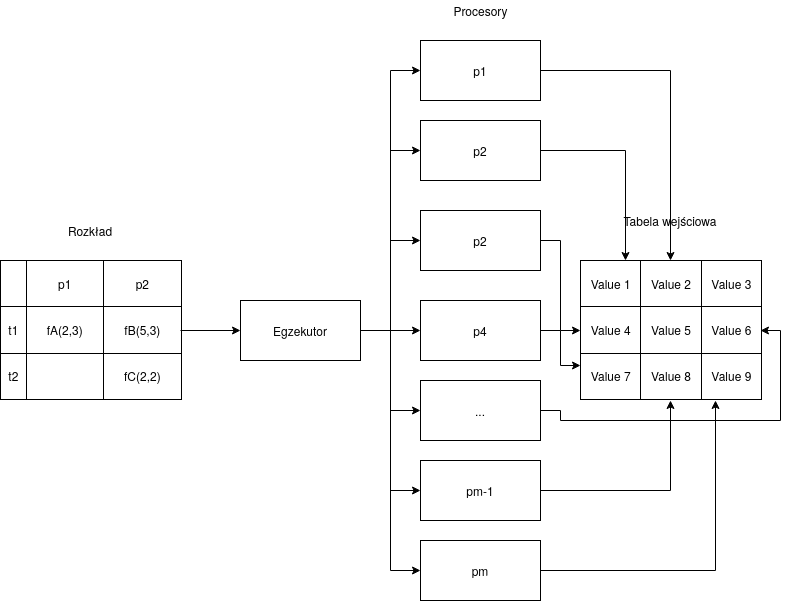
Above: fig/executor.png in ksazon/mgr (draw.io), before the change. Source tidied: cells renumbered, new cells last; positions are measured from the earlier drawing's top-left corner, leaving out a move shared by most shapes.
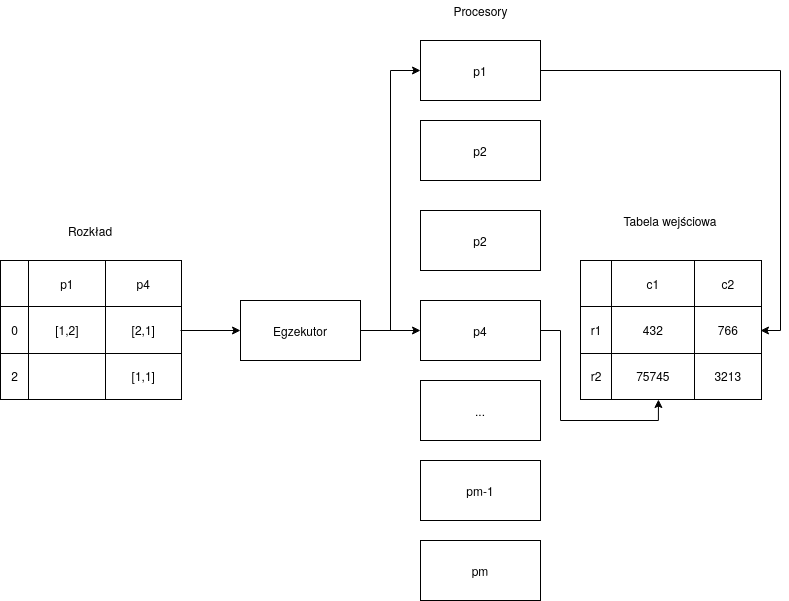
Later version of the same file.

What changed in the source:
```diff
@@ -2,76 +2,46 @@
   <root>
     <mxCell id="0" />
     <mxCell id="1" parent="0" />
-    <mxCell id="2" value="&lt;table border=&quot;1&quot; width=&quot;100%&quot; height=&quot;100%&quot; style=&quot;width:100%;height:100%;border-collapse:collapse;&quot;&gt;&lt;tr&gt;&lt;td align=&quot;center&quot;&gt;Value 1&lt;/td&gt;&lt;td align=&quot;center&quot;&gt;Value 2&lt;/td&gt;&lt;td align=&quot;center&quot;&gt;Value 3&lt;/td&gt;&lt;/tr&gt;&lt;tr&gt;&lt;td align=&quot;center&quot;&gt;Value 4&lt;/td&gt;&lt;td align=&quot;center&quot;&gt;Value 5&lt;/td&gt;&lt;td align=&quot;center&quot;&gt;Value 6&lt;/td&gt;&lt;/tr&gt;&lt;tr&gt;&lt;td align=&quot;center&quot;&gt;Value 7&lt;/td&gt;&lt;td align=&quot;center&quot;&gt;Value 8&lt;/td&gt;&lt;td align=&quot;center&quot;&gt;Value 9&lt;/td&gt;&lt;/tr&gt;&lt;/table&gt;" style="text;html=1;strokeColor=none;fillColor=none;overflow=fill;" parent="1" vertex="1">
+    <mxCell id="2" value="&lt;table style=&quot;width: 100% ; height: 100% ; border-collapse: collapse&quot; width=&quot;100%&quot; border=&quot;1&quot;&gt;&lt;tbody&gt;&lt;tr&gt;&lt;td align=&quot;center&quot;&gt;&lt;br&gt;&lt;/td&gt;&lt;td align=&quot;center&quot;&gt;c1&lt;br&gt;&lt;/td&gt;&lt;td align=&quot;center&quot;&gt;c2&lt;br&gt;&lt;/td&gt;&lt;/tr&gt;&lt;tr&gt;&lt;td align=&quot;center&quot;&gt;r1&lt;br&gt;&lt;/td&gt;&lt;td align=&quot;center&quot;&gt;432&lt;br&gt;&lt;/td&gt;&lt;td align=&quot;center&quot;&gt;766&lt;/td&gt;&lt;/tr&gt;&lt;tr&gt;&lt;td align=&quot;center&quot;&gt;r2&lt;br&gt;&lt;/td&gt;&lt;td align=&quot;center&quot;&gt;75745&lt;br&gt;&lt;/td&gt;&lt;td align=&quot;center&quot;&gt;3213&lt;br&gt;&lt;/td&gt;&lt;/tr&gt;&lt;/tbody&gt;&lt;/table&gt;" style="text;html=1;strokeColor=none;fillColor=none;overflow=fill;" parent="1" vertex="1">
       <mxGeometry x="580" y="260" width="180" height="140" as="geometry" />
     </mxCell>
     <mxCell id="3" style="edgeStyle=orthogonalEdgeStyle;rounded=0;jettySize=auto;html=1;entryX=0;entryY=0.5;entryDx=0;entryDy=0;" parent="1" edge="1" source="4" target="12">
       <mxGeometry relative="1" as="geometry" />
     </mxCell>
-    <mxCell id="4" value="&lt;table style=&quot;width: 100% ; height: 100% ; border-collapse: collapse&quot; width=&quot;100%&quot; border=&quot;1&quot;&gt;&lt;tbody&gt;&lt;tr&gt;&lt;td align=&quot;center&quot;&gt;&lt;br&gt;&lt;/td&gt;&lt;td align=&quot;center&quot;&gt;p1&lt;/td&gt;&lt;td align=&quot;center&quot;&gt;p2&lt;/td&gt;&lt;/tr&gt;&lt;tr&gt;&lt;td align=&quot;center&quot;&gt;t1&lt;/td&gt;&lt;td align=&quot;center&quot;&gt;fA(2,3)&lt;/td&gt;&lt;td align=&quot;center&quot;&gt;fB(5,3)&lt;br&gt;&lt;/td&gt;&lt;/tr&gt;&lt;tr&gt;&lt;td align=&quot;center&quot;&gt;t2&lt;/td&gt;&lt;td align=&quot;center&quot;&gt;&lt;br&gt;&lt;/td&gt;&lt;td align=&quot;center&quot;&gt;fC(2,2)&lt;/td&gt;&lt;/tr&gt;&lt;/tbody&gt;&lt;/table&gt;" style="text;html=1;strokeColor=none;fillColor=none;overflow=fill;" parent="1" vertex="1">
+    <mxCell id="4" value="&lt;table style=&quot;width: 100% ; height: 100% ; border-collapse: collapse&quot; width=&quot;100%&quot; border=&quot;1&quot;&gt;&lt;tbody&gt;&lt;tr&gt;&lt;td align=&quot;center&quot;&gt;&lt;br&gt;&lt;/td&gt;&lt;td align=&quot;center&quot;&gt;p1&lt;/td&gt;&lt;td align=&quot;center&quot;&gt;p4&lt;/td&gt;&lt;/tr&gt;&lt;tr&gt;&lt;td align=&quot;center&quot;&gt;0&lt;br&gt;&lt;/td&gt;&lt;td align=&quot;center&quot;&gt;[1,2]&lt;/td&gt;&lt;td align=&quot;center&quot;&gt;[2,1]&lt;br&gt;&lt;/td&gt;&lt;/tr&gt;&lt;tr&gt;&lt;td align=&quot;center&quot;&gt;2&lt;br&gt;&lt;/td&gt;&lt;td align=&quot;center&quot;&gt;&lt;br&gt;&lt;/td&gt;&lt;td align=&quot;center&quot;&gt;[1,1]&lt;/td&gt;&lt;/tr&gt;&lt;/tbody&gt;&lt;/table&gt;" style="text;html=1;strokeColor=none;fillColor=none;overflow=fill;" parent="1" vertex="1">
       <mxGeometry y="260" width="180" height="140" as="geometry" />
     </mxCell>
     <mxCell id="5" style="edgeStyle=orthogonalEdgeStyle;rounded=0;jettySize=auto;html=1;entryX=0;entryY=0.5;entryDx=0;entryDy=0;" parent="1" edge="1" source="12" target="26">
       <mxGeometry relative="1" as="geometry" />
     </mxCell>
-    <mxCell id="6" style="edgeStyle=orthogonalEdgeStyle;rounded=0;jettySize=auto;html=1;entryX=0;entryY=0.5;entryDx=0;entryDy=0;" parent="1" edge="1" source="12" target="18">
-      <mxGeometry relative="1" as="geometry" />
-    </mxCell>
-    <mxCell id="7" style="edgeStyle=orthogonalEdgeStyle;rounded=0;jettySize=auto;html=1;entryX=0;entryY=0.5;entryDx=0;entryDy=0;" parent="1" edge="1" source="12" target="16">
-      <mxGeometry relative="1" as="geometry" />
-    </mxCell>
     <mxCell id="8" style="edgeStyle=orthogonalEdgeStyle;rounded=0;jettySize=auto;html=1;" parent="1" edge="1" source="12" target="14">
       <mxGeometry relative="1" as="geometry" />
     </mxCell>
-    <mxCell id="9" style="edgeStyle=orthogonalEdgeStyle;rounded=0;jettySize=auto;html=1;entryX=0;entryY=0.5;entryDx=0;entryDy=0;" parent="1" edge="1" source="12" target="20">
-      <mxGeometry relative="1" as="geometry" />
-    </mxCell>
-    <mxCell id="10" style="edgeStyle=orthogonalEdgeStyle;rounded=0;jettySize=auto;html=1;entryX=0;entryY=0.5;entryDx=0;entryDy=0;" parent="1" edge="1" source="12" target="22">
-      <mxGeometry relative="1" as="geometry" />
-    </mxCell>
-    <mxCell id="11" style="edgeStyle=orthogonalEdgeStyle;rounded=0;jettySize=auto;html=1;entryX=0;entryY=0.5;entryDx=0;entryDy=0;" parent="1" edge="1" source="12" target="24">
-      <mxGeometry relative="1" as="geometry" />
-    </mxCell>
     <mxCell id="12" value="Egzekutor" style="rounded=0;whiteSpace=wrap;html=1;" parent="1" vertex="1">
       <mxGeometry x="240" y="300" width="120" height="60" as="geometry" />
     </mxCell>
-    <mxCell id="13" style="edgeStyle=orthogonalEdgeStyle;rounded=0;jettySize=auto;html=1;entryX=0;entryY=0.75;entryDx=0;entryDy=0;" parent="1" edge="1" source="14" target="2">
+    <mxCell id="13" style="edgeStyle=orthogonalEdgeStyle;rounded=0;jettySize=auto;html=1;entryX=0.433;entryY=0.993;entryDx=0;entryDy=0;entryPerimeter=0;" parent="1" edge="1" source="14" target="2">
       <mxGeometry relative="1" as="geometry" />
     </mxCell>
     <mxCell id="14" value="p4" style="rounded=0;whiteSpace=wrap;html=1;" parent="1" vertex="1">
       <mxGeometry x="420" y="300" width="120" height="60" as="geometry" />
     </mxCell>
-    <mxCell id="15" style="edgeStyle=orthogonalEdgeStyle;rounded=0;jettySize=auto;html=1;" parent="1" edge="1" source="16" target="2">
-      <mxGeometry relative="1" as="geometry" />
-    </mxCell>
     <mxCell id="16" value="p2" style="rounded=0;whiteSpace=wrap;html=1;" parent="1" vertex="1">
       <mxGeometry x="420" y="210" width="120" height="60" as="geometry" />
     </mxCell>
-    <mxCell id="17" style="edgeStyle=orthogonalEdgeStyle;rounded=0;jettySize=auto;html=1;entryX=0.25;entryY=0;entryDx=0;entryDy=0;" parent="1" edge="1" source="18" target="2">
-      <mxGeometry relative="1" as="geometry" />
-    </mxCell>
     <mxCell id="18" value="p2" style="rounded=0;whiteSpace=wrap;html=1;" parent="1" vertex="1">
       <mxGeometry x="420" y="120" width="120" height="60" as="geometry" />
     </mxCell>
-    <mxCell id="19" style="edgeStyle=orthogonalEdgeStyle;rounded=0;jettySize=auto;html=1;entryX=1;entryY=0.5;entryDx=0;entryDy=0;" parent="1" edge="1" source="20" target="2">
-      <mxGeometry relative="1" as="geometry" />
-    </mxCell>
     <mxCell id="20" value="..." style="rounded=0;whiteSpace=wrap;html=1;" parent="1" vertex="1">
       <mxGeometry x="420" y="380" width="120" height="60" as="geometry" />
     </mxCell>
-    <mxCell id="21" style="edgeStyle=orthogonalEdgeStyle;rounded=0;jettySize=auto;html=1;" parent="1" edge="1" source="22" target="2">
-      <mxGeometry relative="1" as="geometry" />
-    </mxCell>
     <mxCell id="22" value="pm-1" style="rounded=0;whiteSpace=wrap;html=1;" parent="1" vertex="1">
       <mxGeometry x="420" y="460" width="120" height="60" as="geometry" />
     </mxCell>
-    <mxCell id="23" style="edgeStyle=orthogonalEdgeStyle;rounded=0;jettySize=auto;html=1;entryX=0.75;entryY=1;entryDx=0;entryDy=0;" parent="1" edge="1" source="24" target="2">
-      <mxGeometry relative="1" as="geometry" />
-    </mxCell>
     <mxCell id="24" value="pm" style="rounded=0;whiteSpace=wrap;html=1;" parent="1" vertex="1">
       <mxGeometry x="420" y="540" width="120" height="60" as="geometry" />
     </mxCell>
-    <mxCell id="25" style="edgeStyle=orthogonalEdgeStyle;rounded=0;jettySize=auto;html=1;entryX=0.5;entryY=0;entryDx=0;entryDy=0;" parent="1" edge="1" source="26" target="2">
+    <mxCell id="25" style="edgeStyle=orthogonalEdgeStyle;rounded=0;jettySize=auto;html=1;entryX=1;entryY=0.5;entryDx=0;entryDy=0;" parent="1" edge="1" source="26" target="2">
       <mxGeometry relative="1" as="geometry" />
     </mxCell>
     <mxCell id="26" value="p1" style="rounded=0;whiteSpace=wrap;html=1;" parent="1" vertex="1">
```
